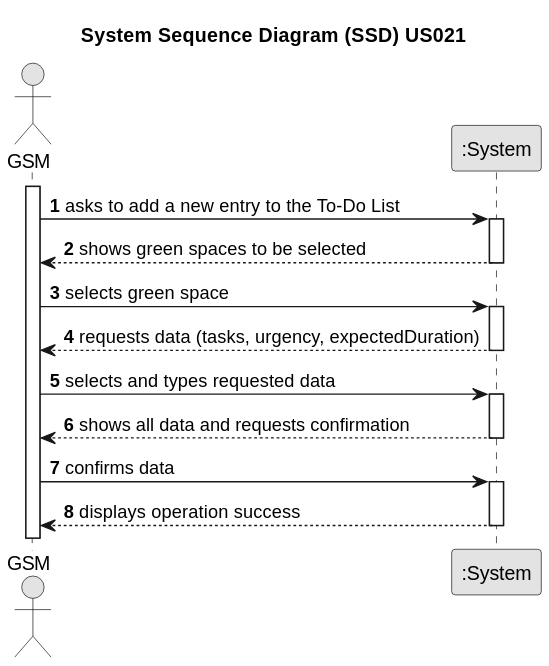
This is docs/sprintC/US021/01.requirements-engineering/svg/us021-system-sequence.svg from LopemigueISEP/lei-24-s2-1nb-g312, a PlantUML export, as it was before one commit.
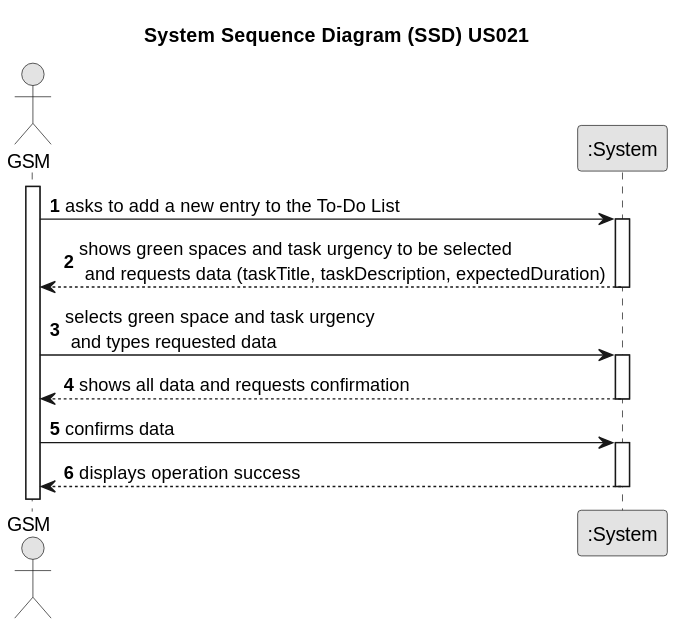
Above is the later version.

What changed in the source:
```diff
@@ -14,16 +14,10 @@
     Employee -> System : asks to add a new entry to the To-Do List
     activate System
 
-        System --> Employee : shows green spaces to be selected
+        System --> Employee : shows green spaces and task urgency to be selected\n and requests data (taskTitle, taskDescription, expectedDuration)
     deactivate System
 
-    Employee -> System : selects green space
-    activate System
-
-        System --> Employee : requests data (tasks, urgency, expectedDuration)
-    deactivate System
-
-    Employee -> System : selects and types requested data
+    Employee -> System : selects green space and task urgency\n and types requested data
     activate System
 
         System --> Employee : shows all data and requests confirmation
```
